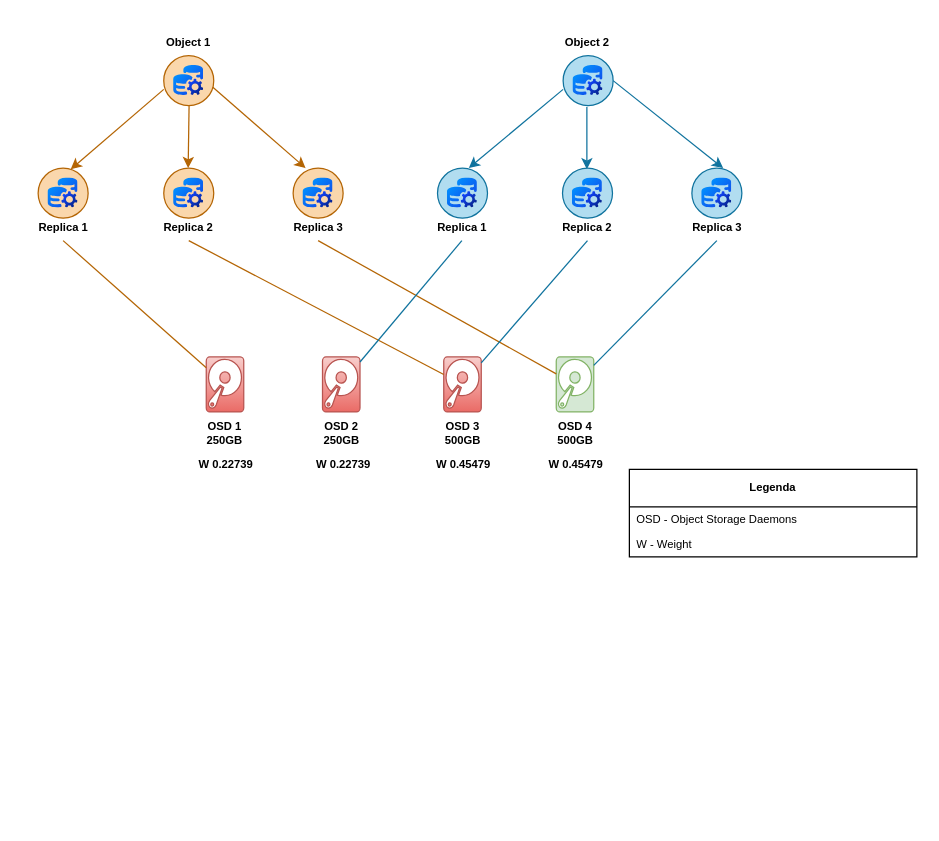
Earlier version of the draw.io diagram page "Replication" (7 of 9) of ArquiteturasDesenvolvidas.drawio (Miguellopesss/PrivateCloud). Source tidied: cells renumbered, new cells numbered last; positions are measured from the earlier drawing's top-left corner, leaving out a move shared by most shapes. Both pictures are drawn from the tidied source at 125%, with x=0, y=0 at pixel (20, 21).
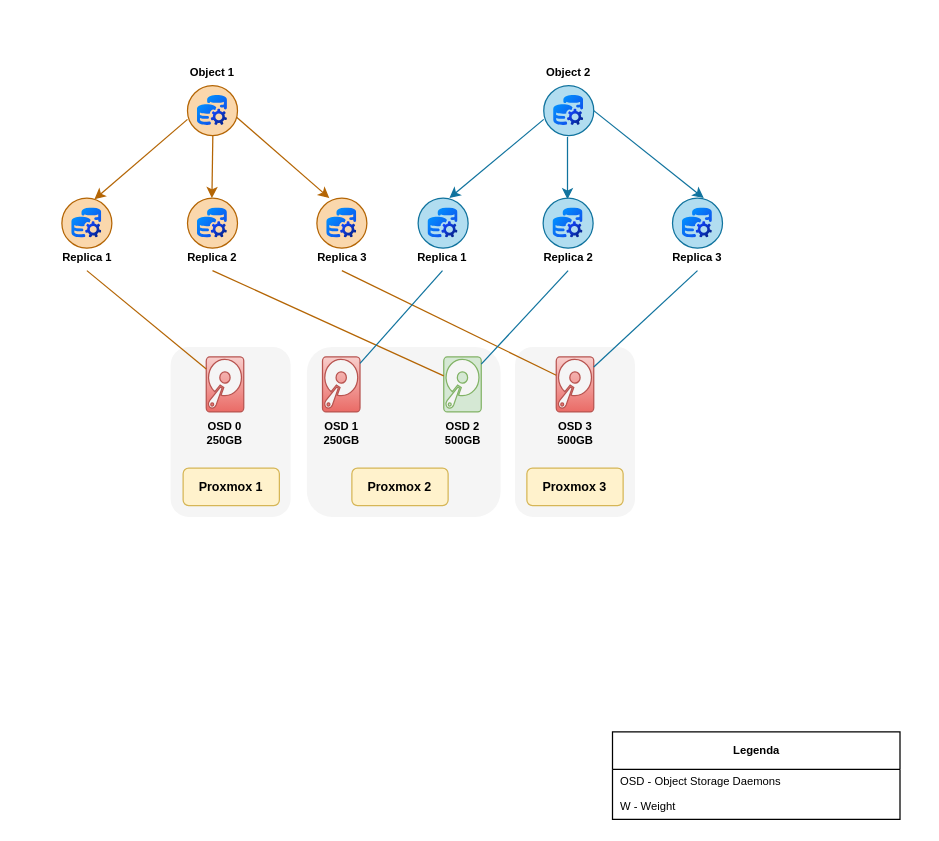
Above is the later version.

The edit, as a diff of the source:
```diff
@@
+    <mxCell id="45" style="rounded=1;whiteSpace=wrap;html=1;fillColor=#f5f5f5;fontColor=#333333;strokeColor=none;" parent="1" vertex="1">
+      <mxGeometry x="395.5" y="260" width="96" height="136" as="geometry" />
+    </mxCell>
+    <mxCell id="46" style="rounded=1;whiteSpace=wrap;html=1;fillColor=#f5f5f5;fontColor=#333333;strokeColor=none;" parent="1" vertex="1">
+      <mxGeometry x="229" y="260" width="155" height="136" as="geometry" />
+    </mxCell>
+    <mxCell id="47" style="rounded=1;whiteSpace=wrap;html=1;fillColor=#f5f5f5;fontColor=#333333;strokeColor=none;" parent="1" vertex="1">
+      <mxGeometry x="120" y="260" width="96" height="136" as="geometry" />
+    </mxCell>
@@
-    <mxCell id="3" value="&lt;span&gt;OSD 1&lt;/span&gt;&lt;div&gt;&lt;span&gt;250GB&lt;/span&gt;&lt;/div&gt;" style="text;html=1;align=center;verticalAlign=middle;whiteSpace=wrap;rounded=0;fontStyle=1;fontSize=9;" parent="1" vertex="1">
+    <mxCell id="3" value="&lt;span&gt;OSD 0&lt;/span&gt;&lt;div&gt;&lt;span&gt;250GB&lt;/span&gt;&lt;/div&gt;" style="text;html=1;align=center;verticalAlign=middle;whiteSpace=wrap;rounded=0;fontStyle=1;fontSize=9;" parent="1" vertex="1">
       <mxGeometry x="130" y="312" width="67" height="34" as="geometry" />
     </mxCell>
@@
-    <mxCell id="5" value="&lt;span&gt;OSD 2&lt;/span&gt;&lt;div&gt;&lt;span&gt;250GB&lt;/span&gt;&lt;/div&gt;" style="text;html=1;align=center;verticalAlign=middle;whiteSpace=wrap;rounded=0;fontStyle=1;fontSize=9;" parent="1" vertex="1">
+    <mxCell id="5" value="&lt;span&gt;OSD 1&lt;/span&gt;&lt;div&gt;&lt;span&gt;250GB&lt;/span&gt;&lt;/div&gt;" style="text;html=1;align=center;verticalAlign=middle;whiteSpace=wrap;rounded=0;fontStyle=1;fontSize=9;" parent="1" vertex="1">
       <mxGeometry x="222.5" y="314" width="68" height="30" as="geometry" />
     </mxCell>
-    <mxCell id="6" style="sketch=0;shadow=0;dashed=0;html=1;strokeColor=#b85450;fillColor=#f8cecc;labelPosition=center;verticalLabelPosition=bottom;verticalAlign=top;outlineConnect=0;align=center;shape=mxgraph.office.devices.hard_disk;gradientColor=#ea6b66;" parent="1" vertex="1">
+    <mxCell id="6" style="sketch=0;shadow=0;dashed=0;html=1;strokeColor=#82b366;fillColor=#d5e8d4;labelPosition=center;verticalLabelPosition=bottom;verticalAlign=top;outlineConnect=0;align=center;shape=mxgraph.office.devices.hard_disk;" parent="1" vertex="1">
       <mxGeometry x="338.5" y="268" width="30" height="44" as="geometry" />
     </mxCell>
-    <mxCell id="7" value="&lt;span&gt;OSD 3&lt;/span&gt;&lt;div&gt;&lt;span&gt;500GB&lt;/span&gt;&lt;/div&gt;" style="text;html=1;align=center;verticalAlign=middle;whiteSpace=wrap;rounded=0;fontSize=9;fontStyle=1;" parent="1" vertex="1">
+    <mxCell id="7" value="&lt;span&gt;OSD 2&lt;/span&gt;&lt;div&gt;&lt;span&gt;500GB&lt;/span&gt;&lt;/div&gt;" style="text;html=1;align=center;verticalAlign=middle;whiteSpace=wrap;rounded=0;fontSize=9;fontStyle=1;" parent="1" vertex="1">
       <mxGeometry x="319.5" y="314" width="68" height="30" as="geometry" />
     </mxCell>
-    <mxCell id="8" style="sketch=0;shadow=0;dashed=0;html=1;strokeColor=#82b366;fillColor=#d5e8d4;labelPosition=center;verticalLabelPosition=bottom;verticalAlign=top;outlineConnect=0;align=center;shape=mxgraph.office.devices.hard_disk;" parent="1" vertex="1">
+    <mxCell id="8" style="sketch=0;shadow=0;dashed=0;html=1;strokeColor=#b85450;fillColor=#f8cecc;labelPosition=center;verticalLabelPosition=bottom;verticalAlign=top;outlineConnect=0;align=center;shape=mxgraph.office.devices.hard_disk;gradientColor=#ea6b66;" parent="1" vertex="1">
       <mxGeometry x="428.5" y="268" width="30" height="44" as="geometry" />
     </mxCell>
-    <mxCell id="9" value="&lt;span&gt;OSD 4&lt;/span&gt;&lt;div&gt;&lt;span&gt;500GB&lt;/span&gt;&lt;/div&gt;" style="text;html=1;align=center;verticalAlign=middle;whiteSpace=wrap;rounded=0;fontSize=9;fontStyle=1;" parent="1" vertex="1">
+    <mxCell id="9" value="&lt;span&gt;OSD 3&lt;/span&gt;&lt;div&gt;&lt;span&gt;500GB&lt;/span&gt;&lt;/div&gt;" style="text;html=1;align=center;verticalAlign=middle;whiteSpace=wrap;rounded=0;fontSize=9;fontStyle=1;" parent="1" vertex="1">
       <mxGeometry x="409.5" y="314" width="68" height="30" as="geometry" />
     </mxCell>
     <mxCell id="10" value="&lt;span&gt;Object 1&lt;/span&gt;" style="text;html=1;align=center;verticalAlign=middle;whiteSpace=wrap;rounded=0;fontStyle=1;fontSize=9;" parent="1" vertex="1">
-      <mxGeometry x="101" width="67" height="34" as="geometry" />
+      <mxGeometry x="120" y="24" width="67" height="34" as="geometry" />
     </mxCell>
@@
     <mxCell id="14" value="Replica 1" style="text;html=1;align=center;verticalAlign=middle;whiteSpace=wrap;rounded=0;spacing=2;fontSize=9;fontStyle=1;" parent="1" vertex="1">
-      <mxGeometry x="0.5" y="155" width="67" height="20" as="geometry" />
+      <mxGeometry x="19.5" y="179" width="67" height="20" as="geometry" />
     </mxCell>
     <mxCell id="15" value="Replica 2" style="text;html=1;align=center;verticalAlign=middle;whiteSpace=wrap;rounded=0;spacing=2;fontSize=9;fontStyle=1;" parent="1" vertex="1">
-      <mxGeometry x="101" y="155" width="67" height="20" as="geometry" />
+      <mxGeometry x="120" y="179" width="67" height="20" as="geometry" />
     </mxCell>
     <mxCell id="16" value="Replica 3" style="text;html=1;align=center;verticalAlign=middle;whiteSpace=wrap;rounded=0;spacing=2;fontSize=9;fontStyle=1;" parent="1" vertex="1">
-      <mxGeometry x="204.5" y="155" width="67" height="20" as="geometry" />
+      <mxGeometry x="223.5" y="179" width="67" height="20" as="geometry" />
     </mxCell>
@@
     <mxCell id="20" value="&lt;span&gt;Object 2&lt;/span&gt;" style="text;html=1;align=center;verticalAlign=middle;whiteSpace=wrap;rounded=0;fontStyle=1;fontSize=9;" parent="1" vertex="1">
-      <mxGeometry x="420" width="67" height="34" as="geometry" />
+      <mxGeometry x="404.5" y="24" width="67" height="34" as="geometry" />
     </mxCell>
@@
     <mxCell id="24" value="Replica 1" style="text;html=1;align=center;verticalAlign=middle;whiteSpace=wrap;rounded=0;spacing=2;fontSize=9;fontStyle=1;" parent="1" vertex="1">
-      <mxGeometry x="319.5" y="155" width="67" height="20" as="geometry" />
+      <mxGeometry x="304" y="179" width="67" height="20" as="geometry" />
     </mxCell>
     <mxCell id="25" value="Replica 2" style="text;html=1;align=center;verticalAlign=middle;whiteSpace=wrap;rounded=0;spacing=2;fontSize=9;fontStyle=1;" parent="1" vertex="1">
-      <mxGeometry x="420" y="155" width="67" height="20" as="geometry" />
+      <mxGeometry x="404.5" y="179" width="67" height="20" as="geometry" />
     </mxCell>
     <mxCell id="26" value="Replica 3" style="text;html=1;align=center;verticalAlign=middle;whiteSpace=wrap;rounded=0;spacing=2;fontSize=9;fontStyle=1;" parent="1" vertex="1">
-      <mxGeometry x="523.5" y="155" width="67" height="20" as="geometry" />
+      <mxGeometry x="508" y="179" width="67" height="20" as="geometry" />
     </mxCell>
@@
     <mxCell id="30" style="shape=mxgraph.sap.icon;labelPosition=center;verticalLabelPosition=bottom;align=center;verticalAlign=top;strokeWidth=1;strokeColor=#10739e;fillColor=#b1ddf0;gradientDirection=west;SAPIcon=Object_Store_on_SAP_BTP;" parent="1" vertex="1">
-      <mxGeometry x="434" y="27" width="40" height="40" as="geometry" />
+      <mxGeometry x="418.5" y="51" width="40" height="40" as="geometry" />
     </mxCell>
     <mxCell id="31" style="shape=mxgraph.sap.icon;labelPosition=center;verticalLabelPosition=bottom;align=center;verticalAlign=top;strokeWidth=1;strokeColor=#10739e;fillColor=#b1ddf0;gradientDirection=west;SAPIcon=Object_Store_on_SAP_BTP;" parent="1" vertex="1">
-      <mxGeometry x="333.5" y="117" width="40" height="40" as="geometry" />
+      <mxGeometry x="318" y="141" width="40" height="40" as="geometry" />
     </mxCell>
     <mxCell id="32" style="shape=mxgraph.sap.icon;labelPosition=center;verticalLabelPosition=bottom;align=center;verticalAlign=top;strokeWidth=1;strokeColor=#10739e;fillColor=#b1ddf0;gradientDirection=west;SAPIcon=Object_Store_on_SAP_BTP;" parent="1" vertex="1">
-      <mxGeometry x="433.5" y="117" width="40" height="40" as="geometry" />
+      <mxGeometry x="418" y="141" width="40" height="40" as="geometry" />
     </mxCell>
     <mxCell id="33" style="shape=mxgraph.sap.icon;labelPosition=center;verticalLabelPosition=bottom;align=center;verticalAlign=top;strokeWidth=1;strokeColor=#10739e;fillColor=#b1ddf0;gradientDirection=west;SAPIcon=Object_Store_on_SAP_BTP;" parent="1" vertex="1">
-      <mxGeometry x="537" y="117" width="40" height="40" as="geometry" />
+      <mxGeometry x="521.5" y="141" width="40" height="40" as="geometry" />
     </mxCell>
     <mxCell id="34" style="shape=mxgraph.sap.icon;labelPosition=center;verticalLabelPosition=bottom;align=center;verticalAlign=top;strokeWidth=1;strokeColor=#b46504;fillColor=#fad7ac;gradientDirection=west;SAPIcon=Object_Store_on_SAP_BTP;" parent="1" vertex="1">
-      <mxGeometry x="114.5" y="27" width="40" height="40" as="geometry" />
+      <mxGeometry x="133.5" y="51" width="40" height="40" as="geometry" />
     </mxCell>
     <mxCell id="35" style="shape=mxgraph.sap.icon;labelPosition=center;verticalLabelPosition=bottom;align=center;verticalAlign=top;strokeWidth=1;strokeColor=#b46504;fillColor=#fad7ac;gradientDirection=west;SAPIcon=Object_Store_on_SAP_BTP;" parent="1" vertex="1">
-      <mxGeometry x="218" y="117" width="40" height="40" as="geometry" />
+      <mxGeometry x="237" y="141" width="40" height="40" as="geometry" />
     </mxCell>
     <mxCell id="36" style="shape=mxgraph.sap.icon;labelPosition=center;verticalLabelPosition=bottom;align=center;verticalAlign=top;strokeWidth=1;strokeColor=#b46504;fillColor=#fad7ac;gradientDirection=west;SAPIcon=Object_Store_on_SAP_BTP;" parent="1" vertex="1">
-      <mxGeometry x="114.5" y="117" width="40" height="40" as="geometry" />
+      <mxGeometry x="133.5" y="141" width="40" height="40" as="geometry" />
     </mxCell>
     <mxCell id="37" style="shape=mxgraph.sap.icon;labelPosition=center;verticalLabelPosition=bottom;align=center;verticalAlign=top;strokeWidth=1;strokeColor=#b46504;fillColor=#fad7ac;gradientDirection=west;SAPIcon=Object_Store_on_SAP_BTP;" parent="1" vertex="1">
-      <mxGeometry x="14" y="117" width="40" height="40" as="geometry" />
+      <mxGeometry x="33" y="141" width="40" height="40" as="geometry" />
     </mxCell>
-    <mxCell id="38" value="&lt;font style=&quot;font-size: 9px;&quot;&gt;&lt;b&gt;W 0.22739&lt;/b&gt;&lt;/font&gt;" style="text;html=1;align=center;verticalAlign=middle;strokeColor=none;fillColor=none;" parent="1" vertex="1">
-      <mxGeometry x="128.5" y="338" width="70" height="30" as="geometry" />
-    </mxCell>
-    <mxCell id="39" value="&lt;font style=&quot;font-size: 9px;&quot;&gt;&lt;b&gt;W 0.22739&lt;/b&gt;&lt;/font&gt;" style="text;html=1;align=center;verticalAlign=middle;strokeColor=none;fillColor=none;" parent="1" vertex="1">
-      <mxGeometry x="222.5" y="338" width="70" height="30" as="geometry" />
-    </mxCell>
-    <mxCell id="40" value="&lt;font style=&quot;font-size: 9px;&quot;&gt;&lt;b&gt;W 0.45479&lt;/b&gt;&lt;/font&gt;" style="text;html=1;align=center;verticalAlign=middle;strokeColor=none;fillColor=none;" parent="1" vertex="1">
-      <mxGeometry x="318.5" y="338" width="70" height="30" as="geometry" />
-    </mxCell>
-    <mxCell id="41" value="&lt;font style=&quot;font-size: 9px;&quot;&gt;&lt;b&gt;W 0.45479&lt;/b&gt;&lt;/font&gt;" style="text;html=1;align=center;verticalAlign=middle;strokeColor=none;fillColor=none;" parent="1" vertex="1">
-      <mxGeometry x="408.5" y="338" width="70" height="30" as="geometry" />
-    </mxCell>
     <mxCell id="42" value="&lt;b&gt;Legenda&lt;/b&gt;" style="swimlane;fontStyle=0;horizontal=1;startSize=30;whiteSpace=wrap;html=1;fontSize=9;" parent="1" vertex="1">
-      <mxGeometry x="487" y="358" width="230" height="70" as="geometry" />
+      <mxGeometry x="473.5" y="568" width="230" height="70" as="geometry" />
     </mxCell>
@@
+    <mxCell id="48" value="&lt;b&gt;&lt;font style=&quot;font-size: 10px;&quot;&gt;Proxmox 1&lt;/font&gt;&lt;/b&gt;" style="rounded=1;whiteSpace=wrap;html=1;fillColor=#fff2cc;strokeColor=#d6b656;" parent="1" vertex="1">
+      <mxGeometry x="130" y="357" width="77" height="30" as="geometry" />
+    </mxCell>
+    <mxCell id="49" value="&lt;b&gt;&lt;font style=&quot;font-size: 10px;&quot;&gt;Proxmox 2&lt;/font&gt;&lt;/b&gt;" style="rounded=1;whiteSpace=wrap;html=1;fillColor=#fff2cc;strokeColor=#d6b656;" parent="1" vertex="1">
+      <mxGeometry x="265" y="357" width="77" height="30" as="geometry" />
+    </mxCell>
+    <mxCell id="50" value="&lt;b&gt;&lt;font style=&quot;font-size: 10px;&quot;&gt;Proxmox 3&lt;/font&gt;&lt;/b&gt;" style="rounded=1;whiteSpace=wrap;html=1;fillColor=#fff2cc;strokeColor=#d6b656;" parent="1" vertex="1">
+      <mxGeometry x="405" y="357" width="77" height="30" as="geometry" />
+    </mxCell>
```
